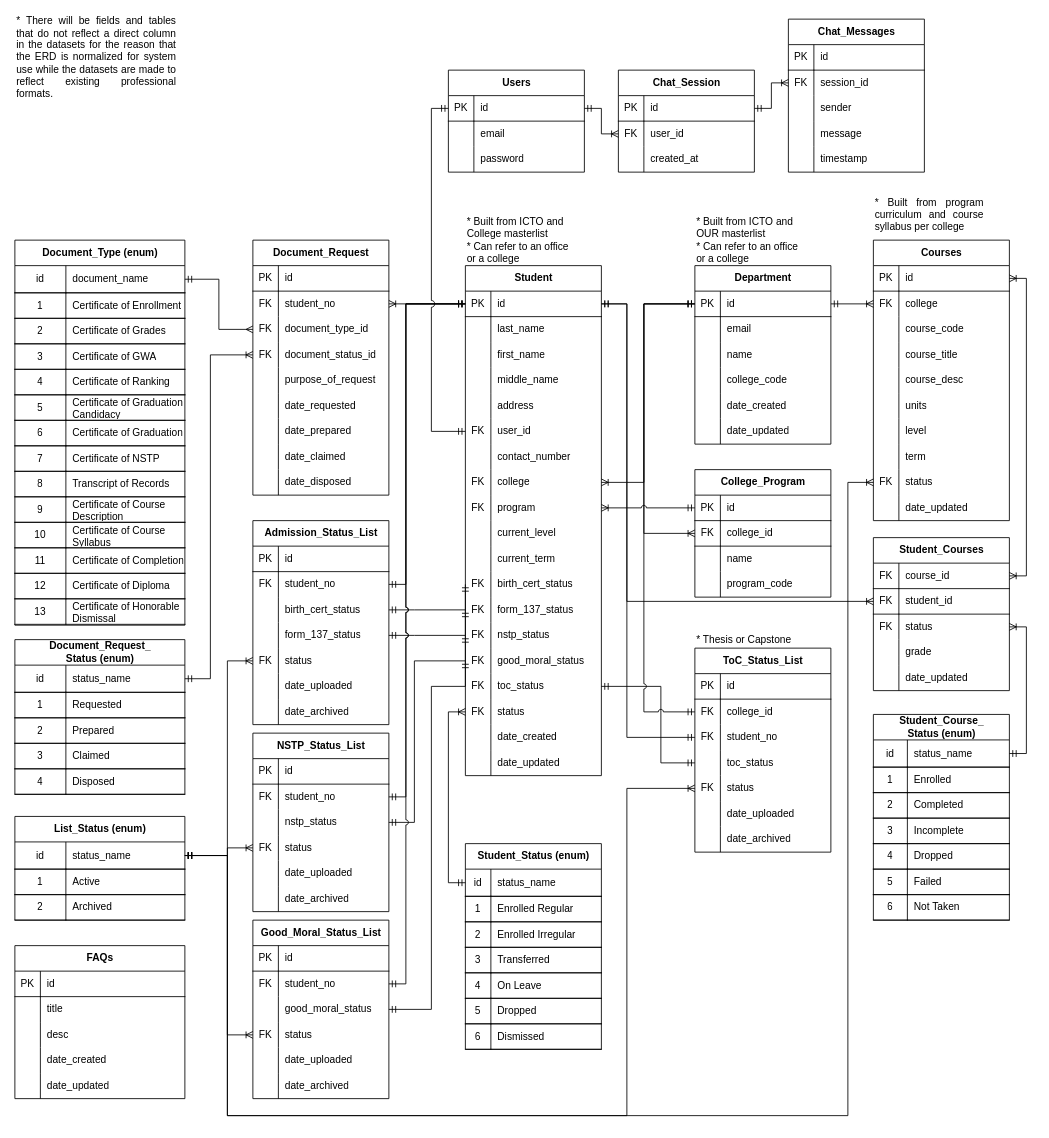
IJMPLM/HariKnows keeps this draw.io diagram as docs/Diagrams-ERD.drawio.xml. Above is the earlier version. Source tidied: cells renumbered, new cells numbered last; positions are measured from the earlier drawing's top-left corner, leaving out a move shared by most shapes. Both pictures are drawn from the tidied source at 85%, with x=0, y=0 at pixel (14, 19).
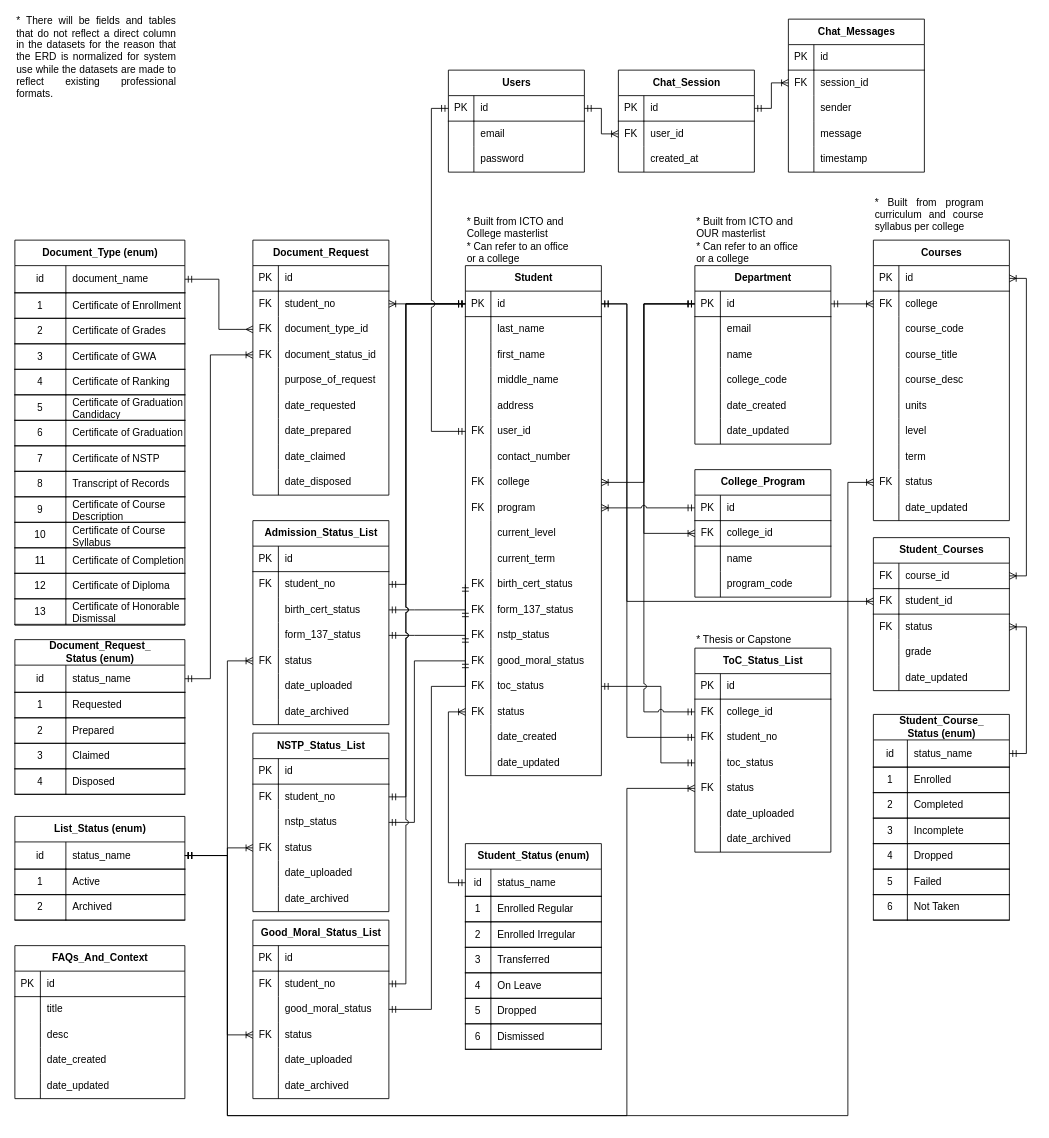
Above is the later version.

The edit, as a diff of the source:
```diff
@@
-    <mxCell id="433" value="FAQs" style="shape=table;startSize=30;childLayout=tableLayout;rowLines=0;fontStyle=1;align=center;html=1;" parent="1" vertex="1">
+    <mxCell id="433" value="FAQs_And_Context" style="shape=table;startSize=30;childLayout=tableLayout;rowLines=0;fontStyle=1;align=center;html=1;" parent="1" vertex="1">
       <mxGeometry y="1090" width="200" height="180" as="geometry" />
     </mxCell>
```
